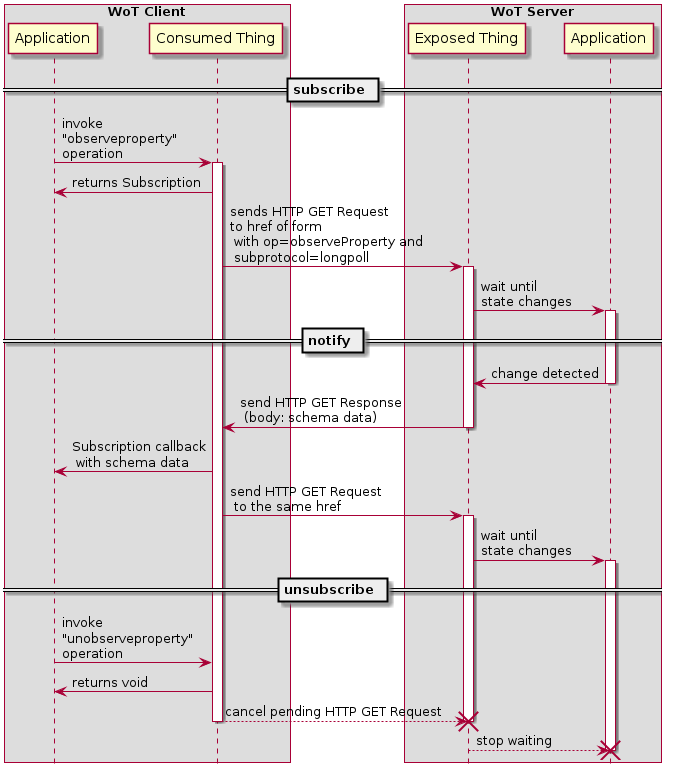
Earlier version of the PlantUML export images/message-flows/A_1_3a_observePropertyLongPoll.png (w3c/wot-binding-templates). Source of this version:
```plantuml
@startuml
hide footbox

box "WoT Client"
participant "Application" as AP
participant "Consumed Thing" as SA
end box

box "WoT Server"
participant "Exposed Thing" as WS
participant "Application" as DC
end box

== subscribe ==

AP  -> SA: invoke\n"observeproperty"\noperation
activate SA
SA  -> AP: returns Subscription
SA  -> WS: sends HTTP GET Request\nto href of form\n with op=observeProperty and\n subprotocol=longpoll
activate WS
WS  -> DC: wait until\nstate changes
activate DC

== notify ==

DC  -> WS: change detected
deactivate DC
WS  -> SA: send HTTP GET Response\n (body: schema data)
deactivate WS
SA  -> AP: Subscription callback\n with schema data
SA  -> WS: send HTTP GET Request\n to the same href
activate WS
WS  -> DC: wait until\nstate changes
activate DC

== unsubscribe ==

AP  -> SA: invoke\n"unobserveproperty"\noperation
SA  -> AP: returns void
SA --> WS: cancel pending HTTP GET Request
deactivate SA
destroy WS
WS --> DC: stop waiting
destroy DC
@enduml
```
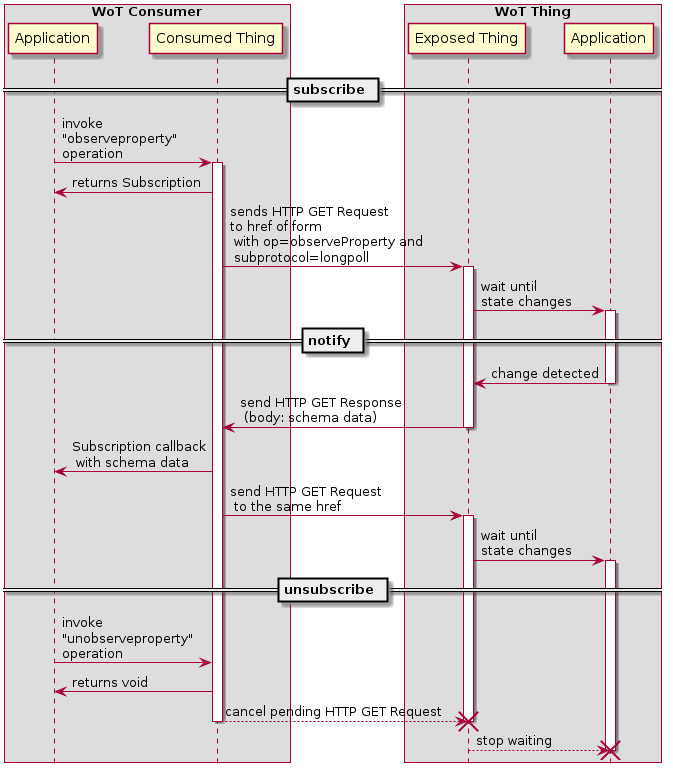
Later version of the same file.

Change to the diagram source:
```diff
@@ -1,12 +1,12 @@
 @startuml
 hide footbox
 
-box "WoT Client"
+box "WoT Consumer"
 participant "Application" as AP
 participant "Consumed Thing" as SA
 end box
 
-box "WoT Server"
+box "WoT Thing"
 participant "Exposed Thing" as WS
 participant "Application" as DC
 end box
```
